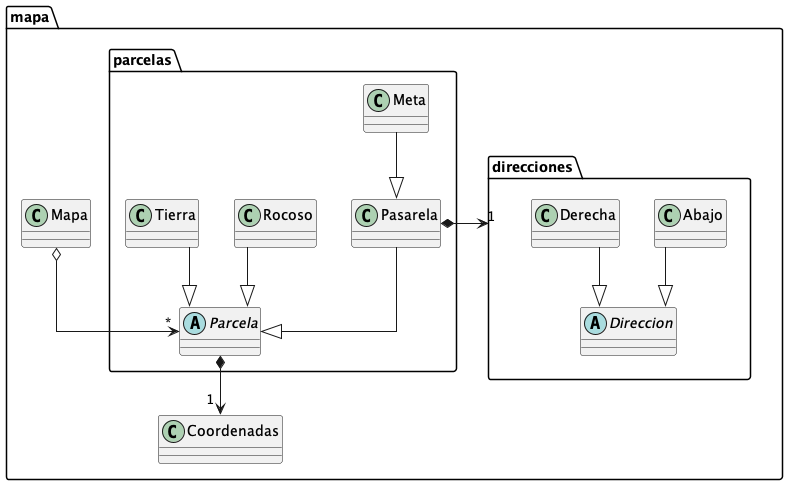
The PlantUML diagram diagrams/packages/mapaPackage.png in franzimbi/algo3_tp2, before a commit. Source of this version:
```plantuml
@startuml

top to bottom direction
skinparam linetype ortho

package "mapa"{
package "direcciones"{
    abstract Direccion
    class Abajo
    class Derecha
}
package "parcelas"{
    abstract Parcela
    class Meta
    class Pasarela
    class Rocoso
    class Tierra
}
class Coordenadas
class Mapa
}
Abajo --|>  Direccion
Derecha --|>  Direccion
Mapa o--> "*" Parcela
Meta --|>  Pasarela
Parcela *--> "1 " Coordenadas
Pasarela *-> "1" "direcciones"
Pasarela --|>  Parcela
Rocoso --|>  Parcela
Tierra --|>  Parcela
@enduml
```
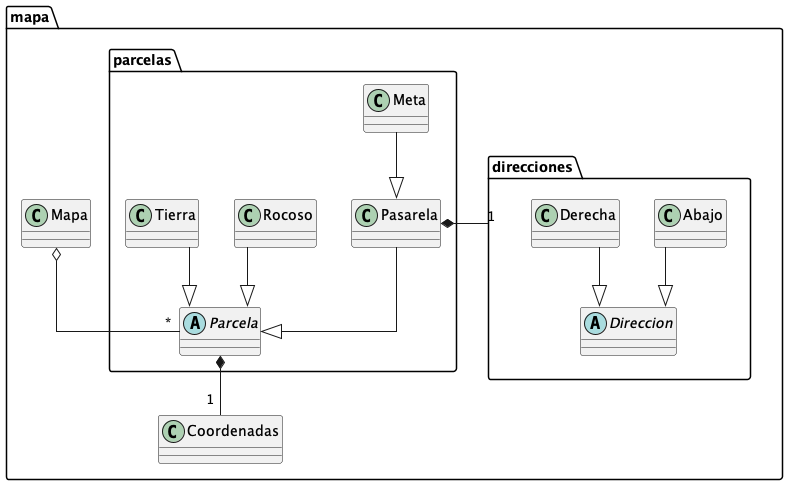
The same diagram one commit later.

The edit, as a diff of the source:
```diff
@@ -21,10 +21,10 @@
 }
 Abajo --|>  Direccion
 Derecha --|>  Direccion
-Mapa o--> "*" Parcela
+Mapa o-- "*" Parcela
 Meta --|>  Pasarela
-Parcela *--> "1 " Coordenadas
-Pasarela *-> "1" "direcciones"
+Parcela *-- "1 " Coordenadas
+Pasarela *- "1" "direcciones"
 Pasarela --|>  Parcela
 Rocoso --|>  Parcela
 Tierra --|>  Parcela
```
